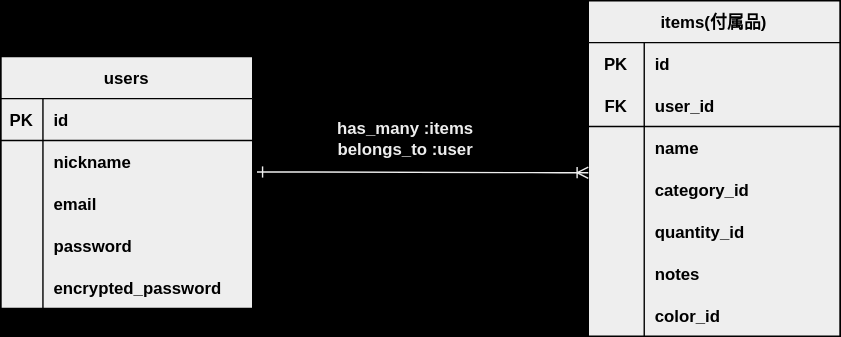
urakawakazuo0301/NaniKore keeps this draw.io diagram as korenanno2.drawio.svg. Above is the earlier version. Source tidied: cells renumbered, new cells last; positions are measured from the earlier drawing's top-left corner, leaving out a move shared by most shapes.
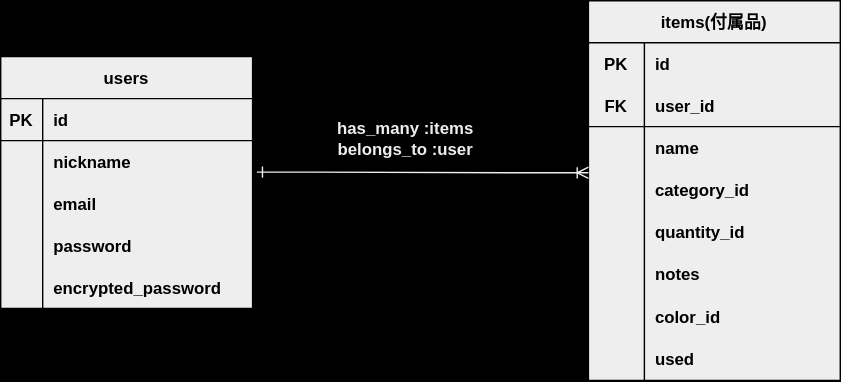
After the change.

Diff of the diagram source:
```diff
@@ -51,7 +51,7 @@
       <mxGeometry x="30" width="150" height="30" as="geometry" />
     </mxCell>
     <mxCell id="18" value="items(付属品)" style="shape=table;startSize=30;rowLines=0;fontStyle=1;align=center;labelBackgroundColor=none;strokeColor=#000000;fillColor=#EEEEEE;fontColor=#000000;swimlaneFillColor=#EEEEEE;" parent="1" vertex="1">
-      <mxGeometry x="420" width="180" height="240" as="geometry" />
+      <mxGeometry x="420" width="180" height="271.5" as="geometry" />
     </mxCell>
     <mxCell id="19" style="shape=tableRow;horizontal=0;startSize=0;swimlaneHead=0;swimlaneBody=0;fillColor=none;top=0;left=0;right=0;bottom=0;labelBackgroundColor=none;strokeColor=#FFFFFF;" parent="18" vertex="1">
       <mxGeometry y="30" width="180" height="30" as="geometry" />
@@ -108,14 +108,23 @@
       <mxGeometry x="40" width="140" height="30" as="geometry" />
     </mxCell>
     <mxCell id="37" style="shape=tableRow;horizontal=0;startSize=0;swimlaneHead=0;swimlaneBody=0;fillColor=none;top=0;left=0;right=0;bottom=0;labelBackgroundColor=none;strokeColor=#FFFFFF;" parent="18" vertex="1">
-      <mxGeometry y="210" width="180" height="30" as="geometry" />
+      <mxGeometry y="210" width="180" height="31" as="geometry" />
     </mxCell>
     <mxCell id="38" style="shape=partialRectangle;fillColor=none;top=0;left=0;bottom=0;right=0;overflow=hidden;labelBackgroundColor=none;strokeColor=#FFFFFF;" parent="37" vertex="1">
-      <mxGeometry width="40" height="30" as="geometry" />
+      <mxGeometry width="40" height="31" as="geometry" />
     </mxCell>
     <mxCell id="39" value="color_id" style="shape=partialRectangle;fillColor=none;top=0;left=0;bottom=0;right=0;align=left;spacingLeft=6;overflow=hidden;labelBackgroundColor=none;strokeColor=#FFFFFF;fontColor=#000000;fontStyle=1;" parent="37" vertex="1">
-      <mxGeometry x="40" width="140" height="30" as="geometry" />
+      <mxGeometry x="40" width="140" height="31" as="geometry" />
     </mxCell>
+    <mxCell id="42" style="shape=tableRow;horizontal=0;startSize=0;swimlaneHead=0;swimlaneBody=0;fillColor=none;top=0;left=0;right=0;bottom=0;" parent="18" vertex="1">
+      <mxGeometry y="241" width="180" height="30" as="geometry" />
+    </mxCell>
+    <mxCell id="43" style="shape=partialRectangle;fillColor=none;top=0;left=0;bottom=0;right=0;overflow=hidden;" parent="42" vertex="1">
+      <mxGeometry width="40" height="30" as="geometry" />
+    </mxCell>
+    <mxCell id="44" value="used" style="shape=partialRectangle;fillColor=none;top=0;left=0;bottom=0;right=0;align=left;spacingLeft=6;overflow=hidden;fontColor=#000000;fontStyle=1;" parent="42" vertex="1">
+      <mxGeometry x="40" width="140" height="30" as="geometry" />
+    </mxCell>
     <mxCell id="40" style="edgeStyle=entityRelationEdgeStyle;fontSize=12;html=1;endArrow=ERoneToMany;endFill=0;startArrow=ERone;startFill=0;exitX=1.017;exitY=0.75;exitDx=0;exitDy=0;exitPerimeter=0;labelBackgroundColor=none;fontColor=#F0F0F0;strokeColor=#EEEEEE;" parent="1" edge="1" source="6">
       <mxGeometry relative="1" as="geometry">
         <mxPoint x="420" y="123" as="targetPoint" />
```
